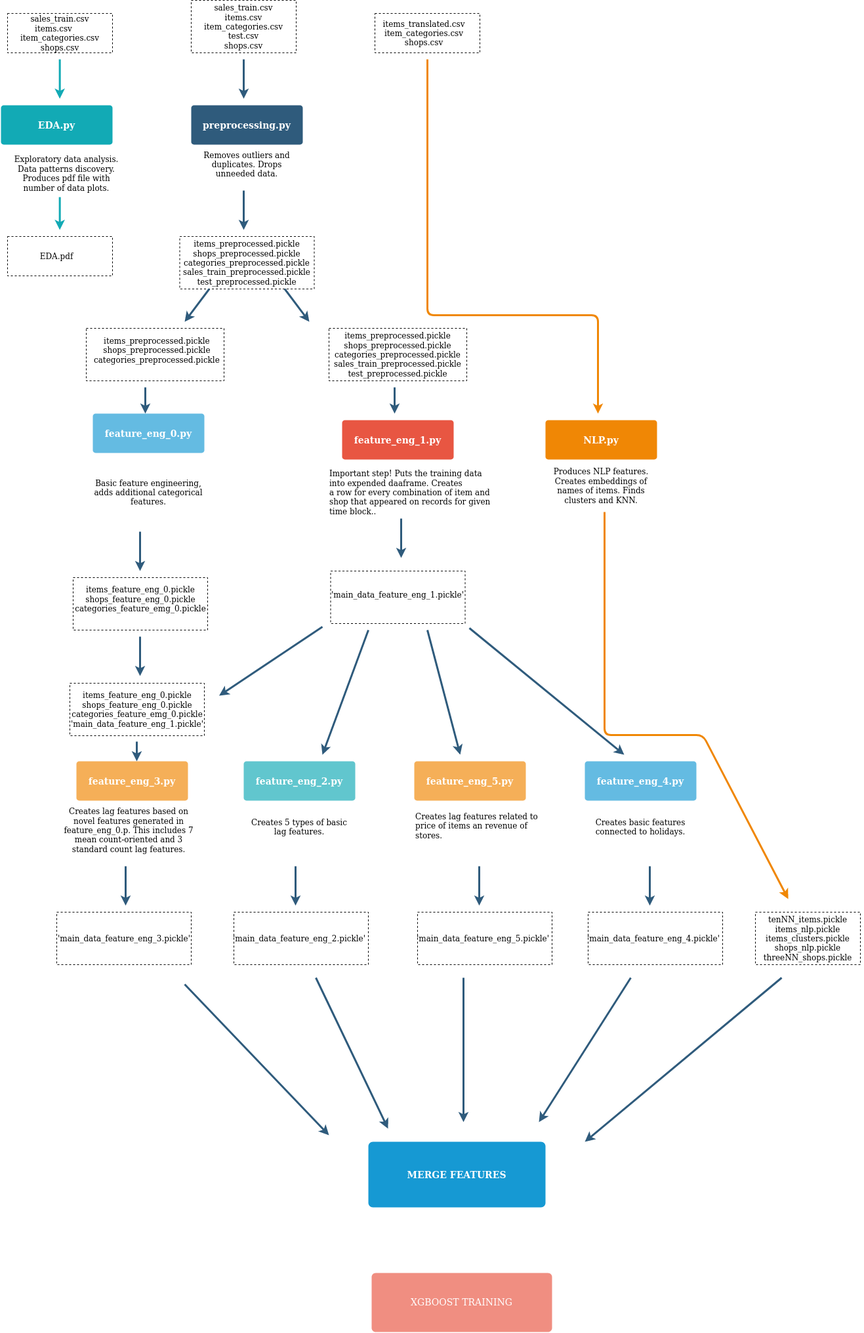
This is img/xgboost_graph.png from pegasus-isi/predict-future-sales-workflow, a draw.io export, as it was before one commit. Source tidied: cells renumbered, new cells last; positions are measured from the earlier drawing's top-left corner, leaving out a move shared by most shapes.
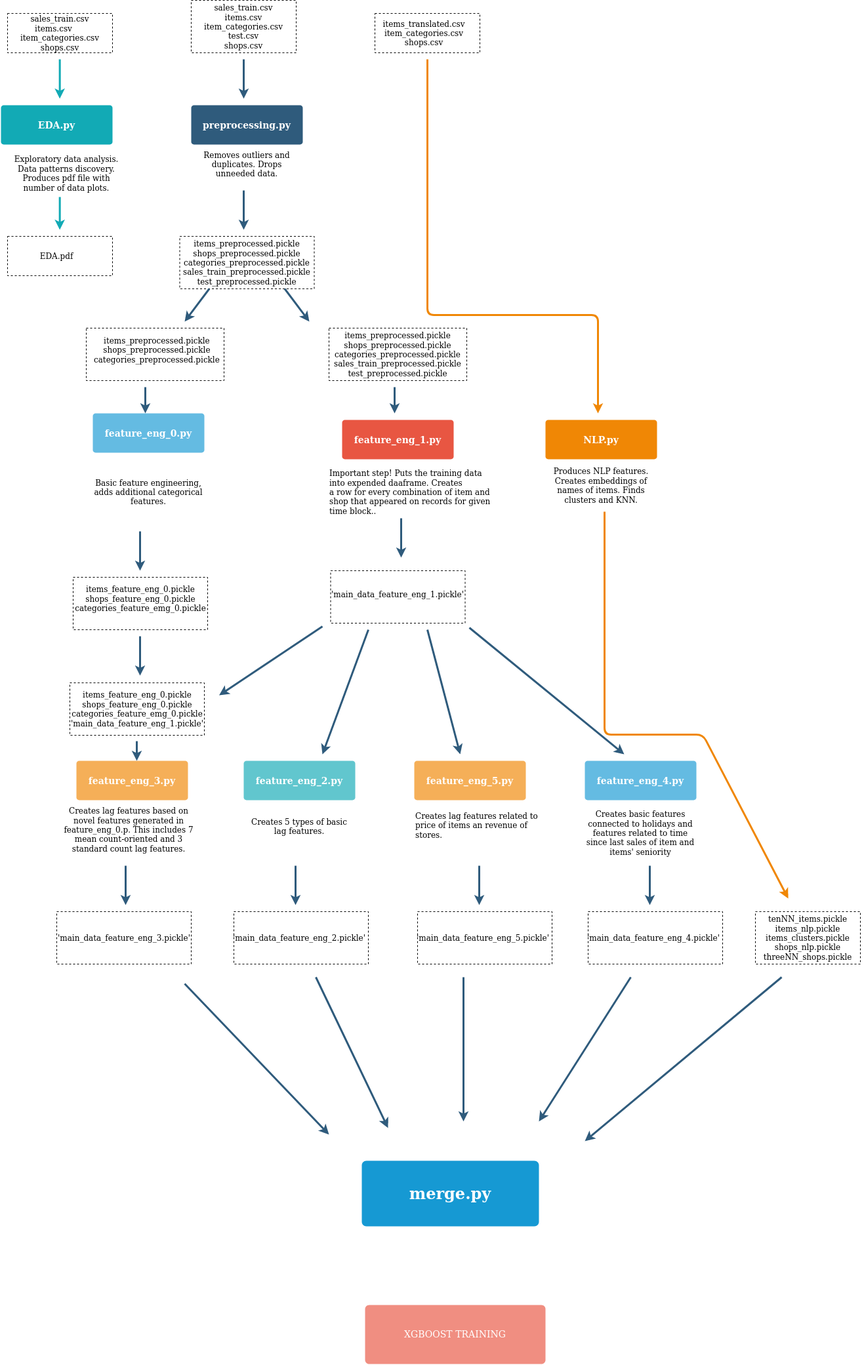
The same diagram one commit later.

Diff of the diagram source:
```diff
@@ -3,10 +3,10 @@
     <mxCell id="0" />
     <mxCell id="1" parent="0" />
     <mxCell id="2" value="XGBOOST TRAINING" style="rounded=1;whiteSpace=wrap;html=1;shadow=0;labelBackgroundColor=none;strokeColor=none;strokeWidth=3;fillColor=#f08e81;fontFamily=Helvetica;fontSize=14;fontColor=#FFFFFF;align=center;spacing=5;fontStyle=0;arcSize=7;perimeterSpacing=2;" parent="1" vertex="1">
-      <mxGeometry x="565" y="1940" width="275" height="90" as="geometry" />
+      <mxGeometry x="555" y="1990" width="275" height="90" as="geometry" />
     </mxCell>
-    <mxCell id="3" value="MERGE FEATURES" style="rounded=1;whiteSpace=wrap;html=1;shadow=0;labelBackgroundColor=none;strokeColor=none;strokeWidth=3;fillColor=#1699d3;fontFamily=Helvetica;fontSize=14;fontColor=#FFFFFF;align=center;spacing=5;fontStyle=1;arcSize=7;perimeterSpacing=2;" parent="1" vertex="1">
-      <mxGeometry x="560" y="1740" width="270" height="100" as="geometry" />
+    <mxCell id="3" value="&lt;font style=&quot;font-size: 24px&quot;&gt;merge.py&lt;/font&gt;" style="rounded=1;whiteSpace=wrap;html=1;shadow=0;labelBackgroundColor=none;strokeColor=none;strokeWidth=3;fillColor=#1699d3;fontFamily=Helvetica;fontSize=14;fontColor=#FFFFFF;align=center;spacing=5;fontStyle=1;arcSize=7;perimeterSpacing=2;" parent="1" vertex="1">
+      <mxGeometry x="550" y="1770" width="270" height="100" as="geometry" />
     </mxCell>
     <mxCell id="4" value="EDA.py" style="rounded=1;whiteSpace=wrap;html=1;shadow=0;labelBackgroundColor=none;strokeColor=none;strokeWidth=3;fillColor=#12aab5;fontFamily=Helvetica;fontSize=14;fontColor=#FFFFFF;align=center;spacing=5;fontStyle=1;arcSize=7;perimeterSpacing=2;" parent="1" vertex="1">
       <mxGeometry y="160" width="170" height="60" as="geometry" />
@@ -267,8 +267,8 @@
         <mxPoint x="729" y="1380" as="targetPoint" />
       </mxGeometry>
     </mxCell>
-    <mxCell id="68" value="Creates basic features connected to holidays." style="text;html=1;strokeColor=none;fillColor=none;align=center;verticalAlign=middle;whiteSpace=wrap;rounded=0;" parent="1" vertex="1">
-      <mxGeometry x="890" y="1230" width="170" height="60" as="geometry" />
+    <mxCell id="68" value="&lt;div&gt;Creates basic features connected to holidays and features related to time since last sales of item and items' seniority&lt;br&gt;&lt;/div&gt;" style="text;html=1;strokeColor=none;fillColor=none;align=center;verticalAlign=middle;whiteSpace=wrap;rounded=0;" parent="1" vertex="1">
+      <mxGeometry x="890" y="1230" width="170" height="80" as="geometry" />
     </mxCell>
     <mxCell id="69" value="feature_eng_4.py" style="rounded=1;whiteSpace=wrap;html=1;shadow=0;labelBackgroundColor=none;strokeColor=none;strokeWidth=3;fillColor=#64BBE2;fontFamily=Helvetica;fontSize=14;fontColor=#FFFFFF;align=center;spacing=5;fontStyle=1;arcSize=7;perimeterSpacing=2;" parent="1" vertex="1">
       <mxGeometry x="890" y="1160" width="170" height="60" as="geometry" />
```
